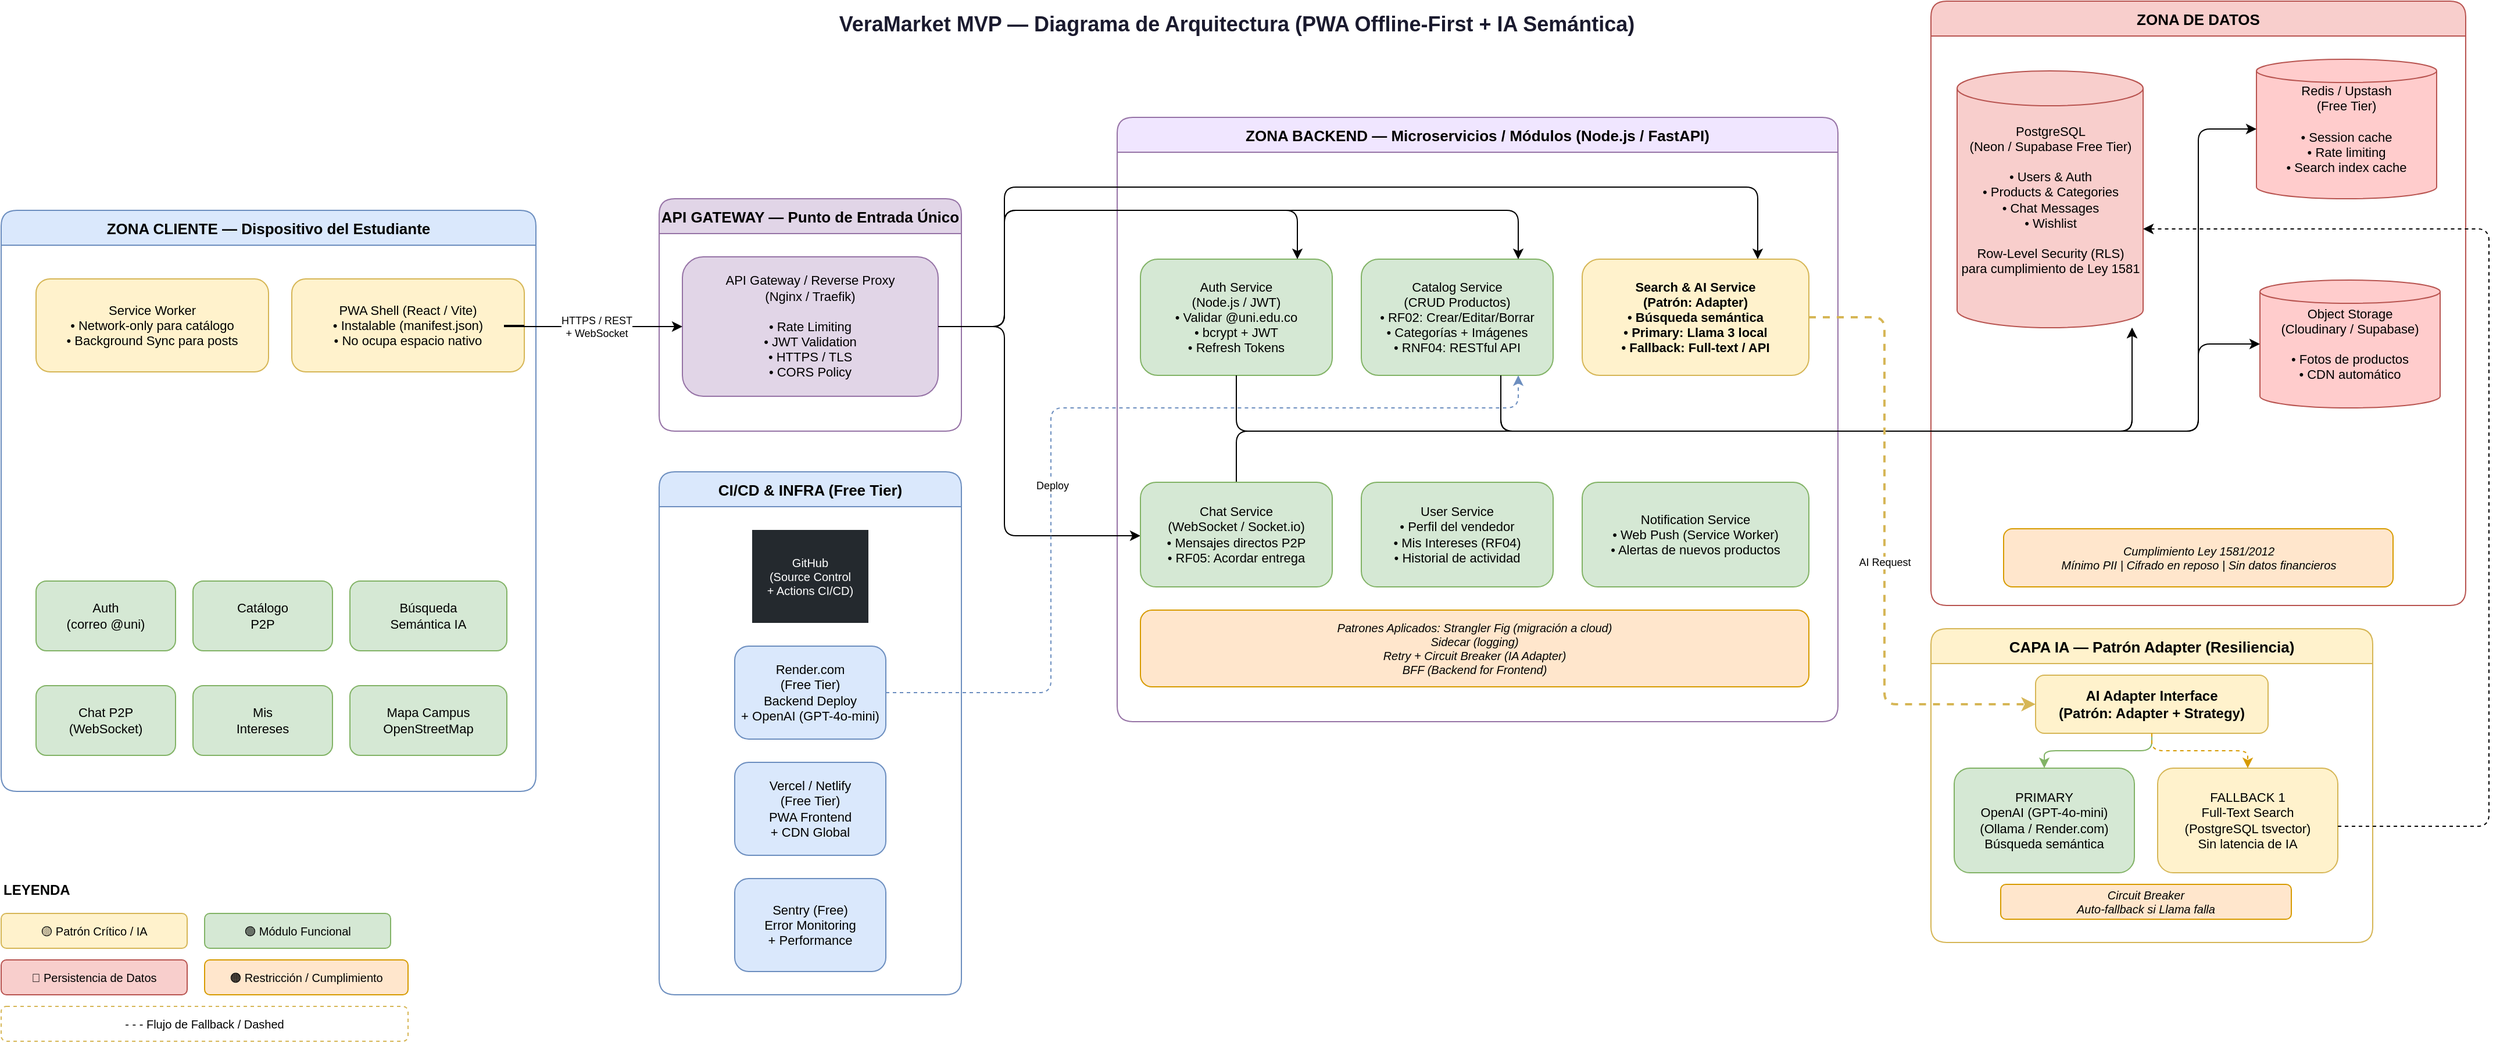
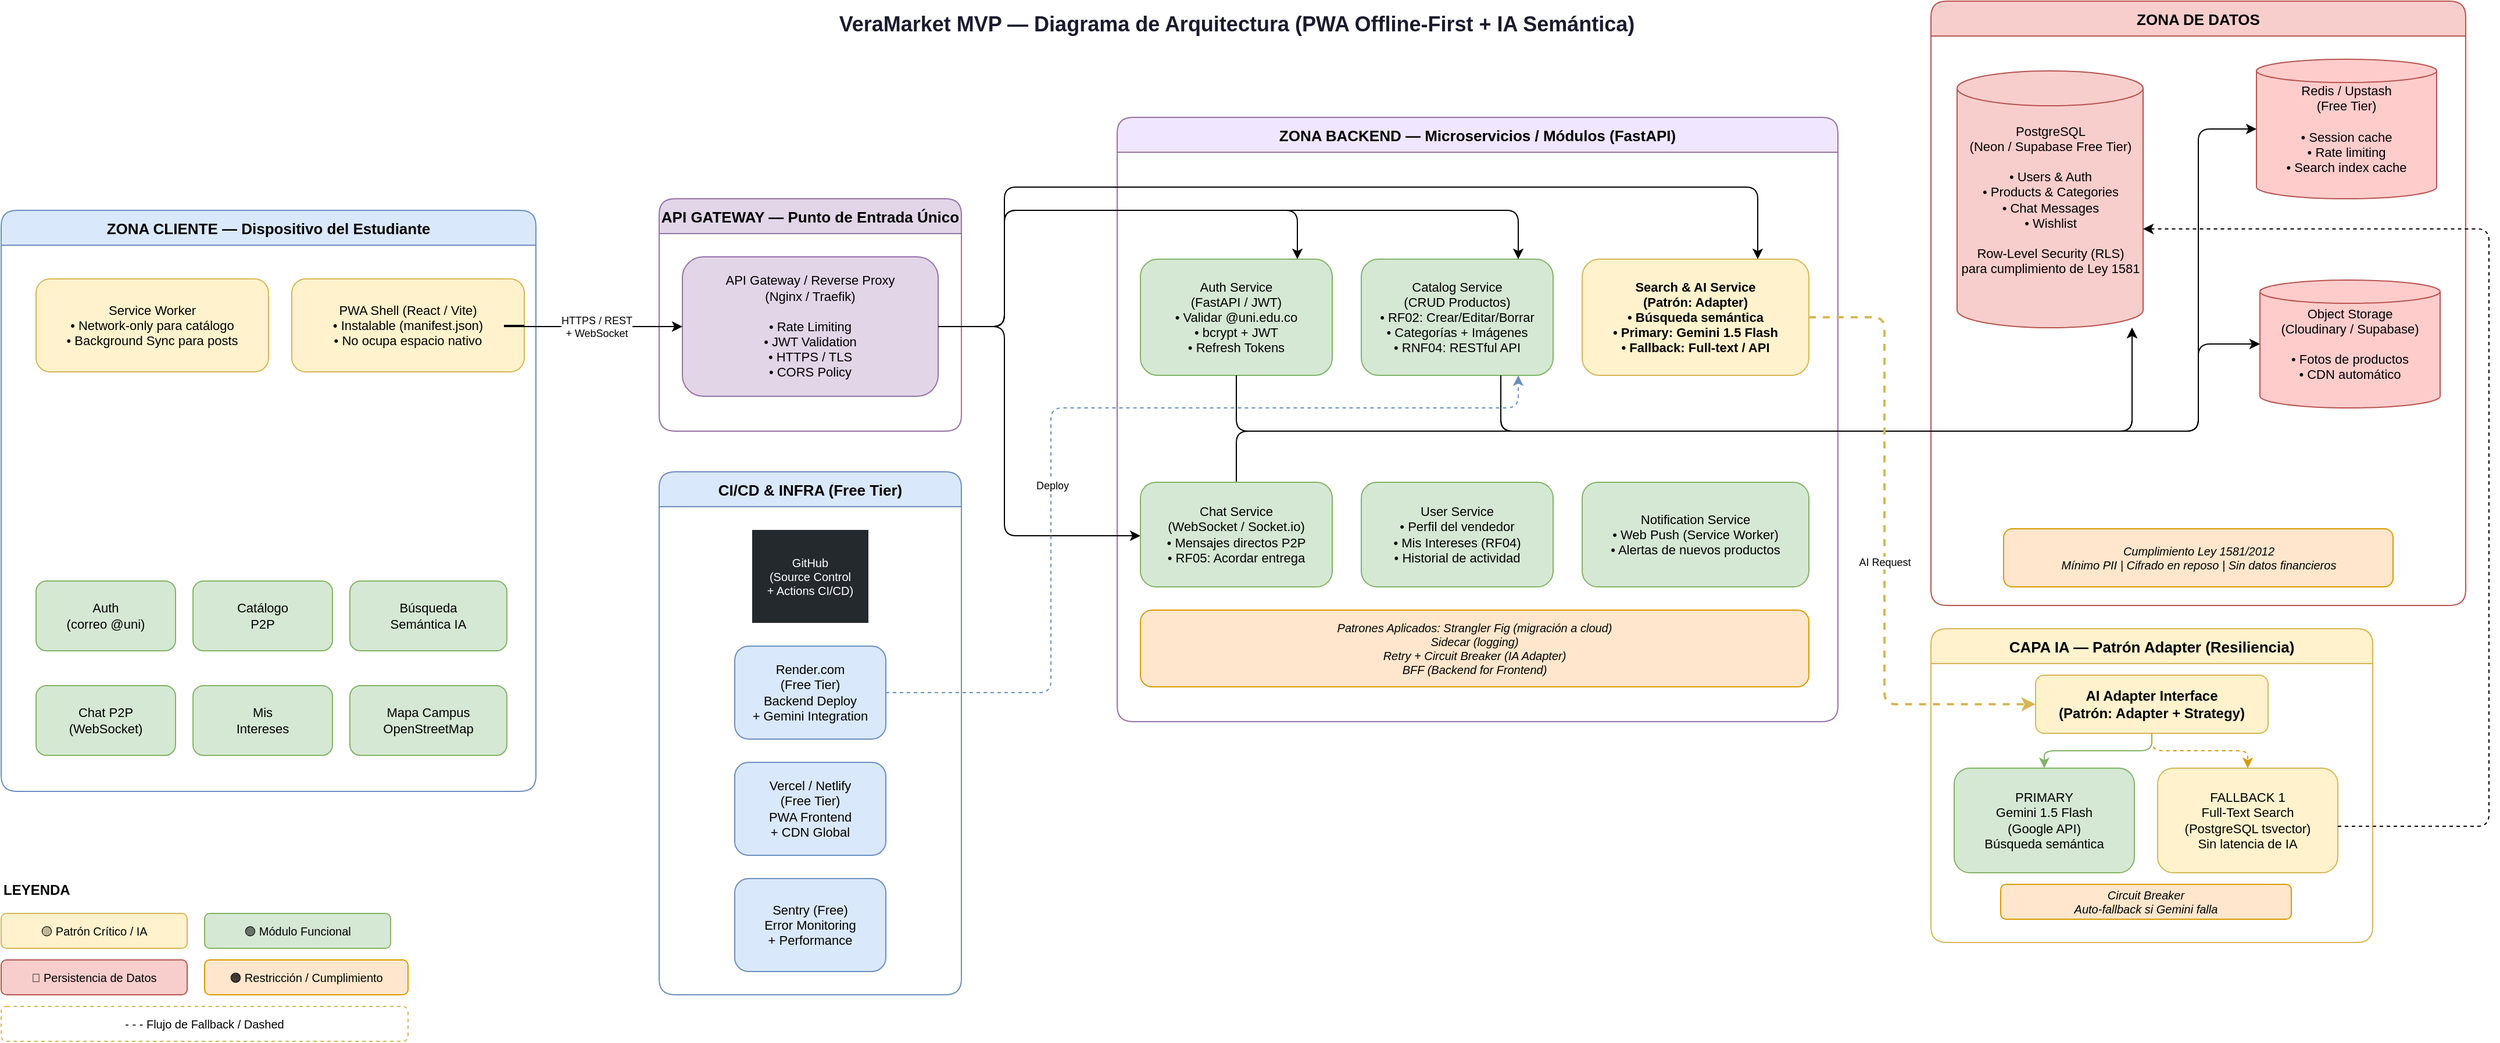
<mxfile host="Electron" agent="Mozilla/5.0 (Windows NT 10.0; Win64; x64) AppleWebKit/537.36 (KHTML, like Gecko) draw.io/29.0.3 Chrome/140.0.7339.249 Electron/38.7.0 Safari/537.36" version="29.0.3">
  <diagram name="VeraMarket - Arquitectura MVP" id="kl-T7WJliPtUFjl0oFtN">
    <mxGraphModel dx="658" dy="880" grid="1" gridSize="10" guides="1" tooltips="1" connect="1" arrows="1" fold="1" page="1" pageScale="1" pageWidth="2205" pageHeight="984" math="0" shadow="0">
      <root>
        <mxCell id="0" />
        <mxCell id="1" parent="0" />
        <mxCell id="HYf47puikAZ70yU_mli2-63" value="" style="group" parent="1" vertex="1" connectable="0">
          <mxGeometry x="40" y="40" width="2140" height="895" as="geometry" />
        </mxCell>
        <mxCell id="HYf47puikAZ70yU_mli2-2" value="ZONA CLIENTE — Dispositivo del Estudiante" style="swimlane;startSize=30;fillColor=#dae8fc;strokeColor=#6c8ebf;fontStyle=1;fontSize=13;rounded=1;" parent="HYf47puikAZ70yU_mli2-63" vertex="1">
          <mxGeometry y="180" width="460" height="500" as="geometry" />
        </mxCell>
        <mxCell id="HYf47puikAZ70yU_mli2-3" value="PWA Shell (React / Vite)&#xa;• Instalable (manifest.json)&#xa;• No ocupa espacio nativo" style="rounded=1;whiteSpace=wrap;html=1;fillColor=#fff2cc;strokeColor=#d6b656;fontSize=11;" parent="HYf47puikAZ70yU_mli2-2" vertex="1">
          <mxGeometry x="250" y="59" width="200" height="80" as="geometry" />
        </mxCell>
        <mxCell id="HYf47puikAZ70yU_mli2-4" value="Service Worker&lt;br&gt;• Network-only para catálogo&lt;br&gt;• Background Sync para posts" style="rounded=1;whiteSpace=wrap;html=1;fillColor=#fff2cc;strokeColor=#d6b656;fontSize=11;" parent="HYf47puikAZ70yU_mli2-2" vertex="1">
          <mxGeometry x="30" y="59" width="200" height="80" as="geometry" />
        </mxCell>
        <mxCell id="HYf47puikAZ70yU_mli2-6" value="Auth&lt;br&gt;(correo @uni)" style="rounded=1;whiteSpace=wrap;html=1;fillColor=#d5e8d4;strokeColor=#82b366;fontSize=11;" parent="HYf47puikAZ70yU_mli2-2" vertex="1">
          <mxGeometry x="30" y="319" width="120" height="60" as="geometry" />
        </mxCell>
        <mxCell id="HYf47puikAZ70yU_mli2-7" value="Catálogo&lt;br&gt;P2P" style="rounded=1;whiteSpace=wrap;html=1;fillColor=#d5e8d4;strokeColor=#82b366;fontSize=11;" parent="HYf47puikAZ70yU_mli2-2" vertex="1">
          <mxGeometry x="165" y="319" width="120" height="60" as="geometry" />
        </mxCell>
        <mxCell id="HYf47puikAZ70yU_mli2-8" value="Búsqueda&lt;br&gt;Semántica IA" style="rounded=1;whiteSpace=wrap;html=1;fillColor=#d5e8d4;strokeColor=#82b366;fontSize=11;" parent="HYf47puikAZ70yU_mli2-2" vertex="1">
          <mxGeometry x="300" y="319" width="135" height="60" as="geometry" />
        </mxCell>
        <mxCell id="HYf47puikAZ70yU_mli2-9" value="Chat P2P&lt;br&gt;(WebSocket)" style="rounded=1;whiteSpace=wrap;html=1;fillColor=#d5e8d4;strokeColor=#82b366;fontSize=11;" parent="HYf47puikAZ70yU_mli2-2" vertex="1">
          <mxGeometry x="30" y="409" width="120" height="60" as="geometry" />
        </mxCell>
        <mxCell id="HYf47puikAZ70yU_mli2-10" value="Mis&lt;br&gt;Intereses" style="rounded=1;whiteSpace=wrap;html=1;fillColor=#d5e8d4;strokeColor=#82b366;fontSize=11;" parent="HYf47puikAZ70yU_mli2-2" vertex="1">
          <mxGeometry x="165" y="409" width="120" height="60" as="geometry" />
        </mxCell>
        <mxCell id="HYf47puikAZ70yU_mli2-11" value="Mapa Campus&lt;br&gt;OpenStreetMap" style="rounded=1;whiteSpace=wrap;html=1;fillColor=#d5e8d4;strokeColor=#82b366;fontSize=11;" parent="HYf47puikAZ70yU_mli2-2" vertex="1">
          <mxGeometry x="300" y="409" width="135" height="60" as="geometry" />
        </mxCell>
        <mxCell id="HYf47puikAZ70yU_mli2-15" value="API GATEWAY — Punto de Entrada Único" style="swimlane;startSize=30;fillColor=#e1d5e7;strokeColor=#9673a6;fontStyle=1;fontSize=13;rounded=1;" parent="HYf47puikAZ70yU_mli2-63" vertex="1">
          <mxGeometry x="566" y="170" width="260" height="200" as="geometry" />
        </mxCell>
        <mxCell id="HYf47puikAZ70yU_mli2-16" value="API Gateway / Reverse Proxy&#xa;(Nginx / Traefik)&#xa;&#xa;• Rate Limiting&#xa;• JWT Validation&#xa;• HTTPS / TLS&#xa;• CORS Policy" style="rounded=1;whiteSpace=wrap;html=1;fillColor=#e1d5e7;strokeColor=#9673a6;fontSize=11;" parent="HYf47puikAZ70yU_mli2-15" vertex="1">
          <mxGeometry x="20" y="50" width="220" height="120" as="geometry" />
        </mxCell>
-         <mxCell id="HYf47puikAZ70yU_mli2-17" value="ZONA BACKEND — Microservicios / Módulos (Node.js / FastAPI)" style="swimlane;startSize=30;fillColor=#f0e6ff;strokeColor=#9673a6;fontStyle=1;fontSize=13;rounded=1;" parent="HYf47puikAZ70yU_mli2-63" vertex="1">
+         <mxCell id="HYf47puikAZ70yU_mli2-17" value="ZONA BACKEND — Microservicios / Módulos (FastAPI)" style="swimlane;startSize=30;fillColor=#f0e6ff;strokeColor=#9673a6;fontStyle=1;fontSize=13;rounded=1;" parent="HYf47puikAZ70yU_mli2-63" vertex="1">
          <mxGeometry x="960" y="100" width="620" height="520" as="geometry" />
        </mxCell>
-         <mxCell id="HYf47puikAZ70yU_mli2-18" value="Auth Service&lt;br&gt;(Node.js / JWT)&lt;br&gt;• Validar @uni.edu.co&lt;br&gt;• bcrypt + JWT&lt;br&gt;• Refresh Tokens" style="rounded=1;whiteSpace=wrap;html=1;fillColor=#d5e8d4;strokeColor=#82b366;fontSize=11;" parent="HYf47puikAZ70yU_mli2-17" vertex="1">
+         <mxCell id="HYf47puikAZ70yU_mli2-18" value="Auth Service&lt;br&gt;(FastAPI / JWT)&lt;br&gt;• Validar @uni.edu.co&lt;br&gt;• bcrypt + JWT&lt;br&gt;• Refresh Tokens" style="rounded=1;whiteSpace=wrap;html=1;fillColor=#d5e8d4;strokeColor=#82b366;fontSize=11;" parent="HYf47puikAZ70yU_mli2-17" vertex="1">
          <mxGeometry x="20" y="122" width="165" height="100" as="geometry" />
        </mxCell>
        <mxCell id="HYf47puikAZ70yU_mli2-19" value="Catalog Service&lt;br&gt;(CRUD Productos)&lt;br&gt;• RF02: Crear/Editar/Borrar&lt;br&gt;• Categorías + Imágenes&lt;br&gt;• RNF04: RESTful API" style="rounded=1;whiteSpace=wrap;html=1;fillColor=#d5e8d4;strokeColor=#82b366;fontSize=11;" parent="HYf47puikAZ70yU_mli2-17" vertex="1">
          <mxGeometry x="210" y="122" width="165" height="100" as="geometry" />
        </mxCell>
-         <mxCell id="HYf47puikAZ70yU_mli2-20" value="Search &amp;amp; AI Service&lt;br&gt;(Patrón: Adapter)&lt;br&gt;• Búsqueda semántica&lt;br&gt;• Primary: Llama 3 local&lt;br&gt;• Fallback: Full-text / API" style="rounded=1;whiteSpace=wrap;html=1;fillColor=#fff2cc;strokeColor=#d6b656;fontSize=11;fontStyle=1;" parent="HYf47puikAZ70yU_mli2-17" vertex="1">
+         <mxCell id="HYf47puikAZ70yU_mli2-20" value="Search &amp;amp; AI Service&lt;br&gt;(Patrón: Adapter)&lt;br&gt;• Búsqueda semántica&lt;br&gt;• Primary: Gemini 1.5 Flash&lt;br&gt;• Fallback: Full-text / API" style="rounded=1;whiteSpace=wrap;html=1;fillColor=#fff2cc;strokeColor=#d6b656;fontSize=11;fontStyle=1;" parent="HYf47puikAZ70yU_mli2-17" vertex="1">
          <mxGeometry x="400" y="122" width="195" height="100" as="geometry" />
        </mxCell>
        <mxCell id="HYf47puikAZ70yU_mli2-25" value="ZONA DE DATOS" style="swimlane;startSize=30;fillColor=#f8cecc;strokeColor=#b85450;fontStyle=1;fontSize=13;rounded=1;" parent="HYf47puikAZ70yU_mli2-63" vertex="1">
          <mxGeometry x="1660" width="460" height="520" as="geometry" />
        </mxCell>
        <mxCell id="HYf47puikAZ70yU_mli2-26" value="PostgreSQL&lt;br&gt;(Neon / Supabase Free Tier)&lt;br&gt;&lt;br&gt;• Users &amp;amp; Auth&lt;br&gt;• Products &amp;amp; Categories&lt;br&gt;• Chat Messages&lt;br&gt;• Wishlist&lt;br&gt;&lt;br&gt;Row-Level Security (RLS)&lt;br&gt;para cumplimiento de Ley 1581" style="shape=cylinder3;whiteSpace=wrap;html=1;fillColor=#f8cecc;strokeColor=#b85450;fontSize=11;size=15;" parent="HYf47puikAZ70yU_mli2-25" vertex="1">
          <mxGeometry x="22.5" y="60" width="160" height="221" as="geometry" />
        </mxCell>
        <mxCell id="HYf47puikAZ70yU_mli2-27" value="Redis / Upstash&lt;br&gt;(Free Tier)&lt;br&gt;&lt;br&gt;• Session cache&lt;br&gt;• Rate limiting&lt;br&gt;• Search index cache" style="shape=cylinder3;whiteSpace=wrap;html=1;fillColor=#ffcccc;strokeColor=#b85450;fontSize=11;size=10;" parent="HYf47puikAZ70yU_mli2-25" vertex="1">
          <mxGeometry x="280" y="50" width="155" height="120" as="geometry" />
        </mxCell>
        <mxCell id="HYf47puikAZ70yU_mli2-28" value="Object Storage&lt;br&gt;(Cloudinary / Supabase)&lt;br&gt;&lt;br&gt;• Fotos de productos&lt;br&gt;• CDN automático" style="shape=cylinder3;whiteSpace=wrap;html=1;fillColor=#ffcccc;strokeColor=#b85450;fontSize=11;size=10;" parent="HYf47puikAZ70yU_mli2-25" vertex="1">
          <mxGeometry x="283" y="240" width="155" height="110" as="geometry" />
        </mxCell>
        <mxCell id="HYf47puikAZ70yU_mli2-29" value="Cumplimiento Ley 1581/2012&lt;br&gt;Mínimo PII | Cifrado en reposo | Sin datos financieros" style="rounded=1;whiteSpace=wrap;html=1;fillColor=#ffe6cc;strokeColor=#d79b00;fontSize=10;fontStyle=2;" parent="HYf47puikAZ70yU_mli2-25" vertex="1">
          <mxGeometry x="62.5" y="454" width="335" height="50" as="geometry" />
        </mxCell>
        <mxCell id="HYf47puikAZ70yU_mli2-30" value="CAPA IA — Patrón Adapter (Resiliencia)" style="swimlane;startSize=30;fillColor=#fff2cc;strokeColor=#d6b656;fontStyle=1;fontSize=13;rounded=1;" parent="HYf47puikAZ70yU_mli2-63" vertex="1">
          <mxGeometry x="1660" y="540" width="380" height="270" as="geometry" />
        </mxCell>
        <mxCell id="HYf47puikAZ70yU_mli2-31" value="AI Adapter Interface&#xa;(Patrón: Adapter + Strategy)" style="rounded=1;whiteSpace=wrap;html=1;fillColor=#fff2cc;strokeColor=#d6b656;fontSize=12;fontStyle=1;" parent="HYf47puikAZ70yU_mli2-30" vertex="1">
          <mxGeometry x="90" y="40" width="200" height="50" as="geometry" />
        </mxCell>
-         <mxCell id="HYf47puikAZ70yU_mli2-32" value="PRIMARY&lt;br&gt;OpenAI (GPT-4o-mini)&lt;br&gt;(Ollama / Render.com)&lt;br&gt;Búsqueda semántica" style="rounded=1;whiteSpace=wrap;html=1;fillColor=#d5e8d4;strokeColor=#82b366;fontSize=11;" parent="HYf47puikAZ70yU_mli2-30" vertex="1">
+         <mxCell id="HYf47puikAZ70yU_mli2-32" value="PRIMARY&lt;br&gt;Gemini 1.5 Flash&lt;br&gt;(Google API)&lt;br&gt;Búsqueda semántica" style="rounded=1;whiteSpace=wrap;html=1;fillColor=#d5e8d4;strokeColor=#82b366;fontSize=11;" parent="HYf47puikAZ70yU_mli2-30" vertex="1">
          <mxGeometry x="20" y="120" width="155" height="90" as="geometry" />
        </mxCell>
        <mxCell id="HYf47puikAZ70yU_mli2-33" value="FALLBACK 1&lt;br&gt;Full-Text Search&lt;br&gt;(PostgreSQL tsvector)&lt;br&gt;Sin latencia de IA" style="rounded=1;whiteSpace=wrap;html=1;fillColor=#fff2cc;strokeColor=#d6b656;fontSize=11;" parent="HYf47puikAZ70yU_mli2-30" vertex="1">
          <mxGeometry x="195" y="120" width="155" height="90" as="geometry" />
        </mxCell>
-         <mxCell id="HYf47puikAZ70yU_mli2-34" value="Circuit Breaker&lt;br&gt;Auto-fallback si Llama falla" style="rounded=1;whiteSpace=wrap;html=1;fillColor=#ffe6cc;strokeColor=#d79b00;fontSize=10;fontStyle=2;" parent="HYf47puikAZ70yU_mli2-30" vertex="1">
+         <mxCell id="HYf47puikAZ70yU_mli2-34" value="Circuit Breaker&lt;br&gt;Auto-fallback si Gemini falla" style="rounded=1;whiteSpace=wrap;html=1;fillColor=#ffe6cc;strokeColor=#d79b00;fontSize=10;fontStyle=2;" parent="HYf47puikAZ70yU_mli2-30" vertex="1">
          <mxGeometry x="60" y="220" width="250" height="30" as="geometry" />
        </mxCell>
        <mxCell id="HYf47puikAZ70yU_mli2-35" value="CI/CD &amp; INFRA (Free Tier)" style="swimlane;startSize=30;fillColor=#dae8fc;strokeColor=#6c8ebf;fontStyle=1;fontSize=13;rounded=1;" parent="HYf47puikAZ70yU_mli2-63" vertex="1">
          <mxGeometry x="566" y="405" width="260" height="450" as="geometry" />
        </mxCell>
        <mxCell id="HYf47puikAZ70yU_mli2-36" value="GitHub&#xa;(Source Control&#xa;+ Actions CI/CD)" style="shape=mxgraph.logos.github;fillColor=#24292e;strokeColor=none;fontSize=10;fontColor=#ffffff;whiteSpace=wrap;html=1;" parent="HYf47puikAZ70yU_mli2-35" vertex="1">
          <mxGeometry x="80" y="50" width="100" height="80" as="geometry" />
        </mxCell>
-         <mxCell id="HYf47puikAZ70yU_mli2-37" value="Render.com&lt;br&gt;(Free Tier)&lt;br&gt;Backend Deploy&lt;br&gt;+ OpenAI (GPT-4o-mini)" style="rounded=1;whiteSpace=wrap;html=1;fillColor=#dae8fc;strokeColor=#6c8ebf;fontSize=11;" parent="HYf47puikAZ70yU_mli2-35" vertex="1">
+         <mxCell id="HYf47puikAZ70yU_mli2-37" value="Render.com&lt;br&gt;(Free Tier)&lt;br&gt;Backend Deploy&lt;br&gt;+ Gemini Integration" style="rounded=1;whiteSpace=wrap;html=1;fillColor=#dae8fc;strokeColor=#6c8ebf;fontSize=11;" parent="HYf47puikAZ70yU_mli2-35" vertex="1">
          <mxGeometry x="65" y="150" width="130" height="80" as="geometry" />
        </mxCell>
        <mxCell id="HYf47puikAZ70yU_mli2-38" value="Vercel / Netlify&lt;br&gt;(Free Tier)&lt;br&gt;PWA Frontend&lt;br&gt;+ CDN Global" style="rounded=1;whiteSpace=wrap;html=1;fillColor=#dae8fc;strokeColor=#6c8ebf;fontSize=11;" parent="HYf47puikAZ70yU_mli2-35" vertex="1">
          <mxGeometry x="65" y="250" width="130" height="80" as="geometry" />
        </mxCell>
        <mxCell id="HYf47puikAZ70yU_mli2-39" value="Sentry (Free)&lt;br&gt;Error Monitoring&lt;br&gt;+ Performance" style="rounded=1;whiteSpace=wrap;html=1;fillColor=#dae8fc;strokeColor=#6c8ebf;fontSize=11;" parent="HYf47puikAZ70yU_mli2-35" vertex="1">
          <mxGeometry x="65" y="350" width="130" height="80" as="geometry" />
        </mxCell>
        <mxCell id="HYf47puikAZ70yU_mli2-40" style="edgeStyle=orthogonalEdgeStyle;rounded=0;orthogonalLoop=1;jettySize=auto;exitX=1;exitY=0.5;exitDx=0;exitDy=0;entryX=0;entryY=0.5;entryDx=0;entryDy=0;" parent="HYf47puikAZ70yU_mli2-63" source="HYf47puikAZ70yU_mli2-3" target="HYf47puikAZ70yU_mli2-16" edge="1">
          <mxGeometry relative="1" as="geometry">
            <Array as="points">
              <mxPoint x="433" y="280" />
            </Array>
          </mxGeometry>
        </mxCell>
        <mxCell id="HYf47puikAZ70yU_mli2-41" value="HTTPS / REST&#xa;+ WebSocket" style="edgeLabel;html=1;align=center;verticalAlign=middle;resizable=0;points=[];fontSize=9;" parent="HYf47puikAZ70yU_mli2-40" vertex="1" connectable="0">
          <mxGeometry x="-0.1" relative="1" as="geometry">
            <mxPoint x="20" as="offset" />
          </mxGeometry>
        </mxCell>
        <mxCell id="HYf47puikAZ70yU_mli2-42" style="edgeStyle=orthogonalEdgeStyle;" parent="HYf47puikAZ70yU_mli2-63" source="HYf47puikAZ70yU_mli2-16" target="HYf47puikAZ70yU_mli2-18" edge="1">
          <mxGeometry relative="1" as="geometry">
            <Array as="points">
              <mxPoint x="863" y="280" />
              <mxPoint x="863" y="180" />
              <mxPoint x="1115" y="180" />
            </Array>
          </mxGeometry>
        </mxCell>
        <mxCell id="HYf47puikAZ70yU_mli2-43" style="edgeStyle=orthogonalEdgeStyle;" parent="HYf47puikAZ70yU_mli2-63" source="HYf47puikAZ70yU_mli2-16" target="HYf47puikAZ70yU_mli2-19" edge="1">
          <mxGeometry relative="1" as="geometry">
            <Array as="points">
              <mxPoint x="863" y="280" />
              <mxPoint x="863" y="180" />
              <mxPoint x="1305" y="180" />
            </Array>
          </mxGeometry>
        </mxCell>
        <mxCell id="HYf47puikAZ70yU_mli2-44" style="edgeStyle=orthogonalEdgeStyle;" parent="HYf47puikAZ70yU_mli2-63" source="HYf47puikAZ70yU_mli2-16" target="HYf47puikAZ70yU_mli2-20" edge="1">
          <mxGeometry relative="1" as="geometry">
            <Array as="points">
              <mxPoint x="863" y="280" />
              <mxPoint x="863" y="160" />
              <mxPoint x="1511" y="160" />
            </Array>
          </mxGeometry>
        </mxCell>
        <mxCell id="HYf47puikAZ70yU_mli2-45" style="edgeStyle=orthogonalEdgeStyle;" parent="HYf47puikAZ70yU_mli2-63" source="HYf47puikAZ70yU_mli2-16" target="HYf47puikAZ70yU_mli2-21" edge="1">
          <mxGeometry relative="1" as="geometry">
            <Array as="points">
              <mxPoint x="863" y="280" />
              <mxPoint x="863" y="460" />
            </Array>
          </mxGeometry>
        </mxCell>
        <mxCell id="HYf47puikAZ70yU_mli2-46" style="edgeStyle=orthogonalEdgeStyle;" parent="HYf47puikAZ70yU_mli2-63" source="HYf47puikAZ70yU_mli2-18" target="HYf47puikAZ70yU_mli2-26" edge="1">
          <mxGeometry relative="1" as="geometry">
            <Array as="points">
              <mxPoint x="1062" y="370" />
              <mxPoint x="1833" y="370" />
            </Array>
          </mxGeometry>
        </mxCell>
        <mxCell id="HYf47puikAZ70yU_mli2-47" style="edgeStyle=orthogonalEdgeStyle;" parent="HYf47puikAZ70yU_mli2-63" source="HYf47puikAZ70yU_mli2-19" target="HYf47puikAZ70yU_mli2-26" edge="1">
          <mxGeometry relative="1" as="geometry">
            <Array as="points">
              <mxPoint x="1290" y="370" />
              <mxPoint x="1833" y="370" />
            </Array>
          </mxGeometry>
        </mxCell>
        <mxCell id="HYf47puikAZ70yU_mli2-48" style="edgeStyle=orthogonalEdgeStyle;" parent="HYf47puikAZ70yU_mli2-63" source="HYf47puikAZ70yU_mli2-21" target="HYf47puikAZ70yU_mli2-27" edge="1">
          <mxGeometry relative="1" as="geometry">
            <Array as="points">
              <mxPoint x="1063" y="370" />
              <mxPoint x="1890" y="370" />
              <mxPoint x="1890" y="110" />
            </Array>
          </mxGeometry>
        </mxCell>
        <mxCell id="HYf47puikAZ70yU_mli2-49" style="edgeStyle=orthogonalEdgeStyle;" parent="HYf47puikAZ70yU_mli2-63" source="HYf47puikAZ70yU_mli2-19" target="HYf47puikAZ70yU_mli2-28" edge="1">
          <mxGeometry relative="1" as="geometry">
            <Array as="points">
              <mxPoint x="1290" y="370" />
              <mxPoint x="1890" y="370" />
              <mxPoint x="1890" y="295" />
            </Array>
          </mxGeometry>
        </mxCell>
        <mxCell id="HYf47puikAZ70yU_mli2-50" style="edgeStyle=orthogonalEdgeStyle;dashed=1;strokeColor=#d6b656;strokeWidth=2;" parent="HYf47puikAZ70yU_mli2-63" source="HYf47puikAZ70yU_mli2-20" target="HYf47puikAZ70yU_mli2-31" edge="1">
          <mxGeometry relative="1" as="geometry">
            <Array as="points">
              <mxPoint x="1620" y="272" />
              <mxPoint x="1620" y="605" />
            </Array>
          </mxGeometry>
        </mxCell>
        <mxCell id="HYf47puikAZ70yU_mli2-51" value="AI Request" style="edgeLabel;html=1;align=center;fontSize=9;" parent="HYf47puikAZ70yU_mli2-50" vertex="1" connectable="0">
          <mxGeometry relative="1" as="geometry" />
        </mxCell>
        <mxCell id="HYf47puikAZ70yU_mli2-52" style="edgeStyle=orthogonalEdgeStyle;strokeColor=#82b366;" parent="HYf47puikAZ70yU_mli2-63" source="HYf47puikAZ70yU_mli2-31" target="HYf47puikAZ70yU_mli2-32" edge="1">
          <mxGeometry relative="1" as="geometry" />
        </mxCell>
        <mxCell id="HYf47puikAZ70yU_mli2-53" style="edgeStyle=orthogonalEdgeStyle;dashed=1;strokeColor=#d79b00;" parent="HYf47puikAZ70yU_mli2-63" source="HYf47puikAZ70yU_mli2-31" target="HYf47puikAZ70yU_mli2-33" edge="1">
          <mxGeometry relative="1" as="geometry" />
        </mxCell>
        <mxCell id="HYf47puikAZ70yU_mli2-54" style="edgeStyle=orthogonalEdgeStyle;dashed=1;" parent="HYf47puikAZ70yU_mli2-63" source="HYf47puikAZ70yU_mli2-33" target="HYf47puikAZ70yU_mli2-26" edge="1">
          <mxGeometry relative="1" as="geometry">
            <Array as="points">
              <mxPoint x="2140" y="710" />
              <mxPoint x="2140" y="196" />
            </Array>
          </mxGeometry>
        </mxCell>
        <mxCell id="HYf47puikAZ70yU_mli2-55" style="edgeStyle=orthogonalEdgeStyle;dashed=1;strokeColor=#6c8ebf;" parent="HYf47puikAZ70yU_mli2-63" source="HYf47puikAZ70yU_mli2-37" target="HYf47puikAZ70yU_mli2-19" edge="1">
          <mxGeometry relative="1" as="geometry">
            <Array as="points">
              <mxPoint x="903" y="595" />
              <mxPoint x="903" y="350" />
              <mxPoint x="1305" y="350" />
            </Array>
          </mxGeometry>
        </mxCell>
        <mxCell id="HYf47puikAZ70yU_mli2-56" value="Deploy" style="edgeLabel;html=1;align=center;fontSize=9;" parent="HYf47puikAZ70yU_mli2-55" vertex="1" connectable="0">
          <mxGeometry relative="1" as="geometry">
            <mxPoint x="-21" y="55" as="offset" />
          </mxGeometry>
        </mxCell>
        <mxCell id="HYf47puikAZ70yU_mli2-57" value="LEYENDA" style="text;html=1;strokeColor=none;fillColor=none;align=left;verticalAlign=middle;whiteSpace=wrap;fontSize=12;fontStyle=1;" parent="HYf47puikAZ70yU_mli2-63" vertex="1">
          <mxGeometry y="750" width="100" height="30" as="geometry" />
        </mxCell>
        <mxCell id="HYf47puikAZ70yU_mli2-58" value="🟡  Patrón Crítico / IA" style="rounded=1;whiteSpace=wrap;html=1;fillColor=#fff2cc;strokeColor=#d6b656;fontSize=10;" parent="HYf47puikAZ70yU_mli2-63" vertex="1">
          <mxGeometry y="785" width="160" height="30" as="geometry" />
        </mxCell>
        <mxCell id="HYf47puikAZ70yU_mli2-59" value="🟢  Módulo Funcional" style="rounded=1;whiteSpace=wrap;html=1;fillColor=#d5e8d4;strokeColor=#82b366;fontSize=10;" parent="HYf47puikAZ70yU_mli2-63" vertex="1">
          <mxGeometry x="175" y="785" width="160" height="30" as="geometry" />
        </mxCell>
        <mxCell id="HYf47puikAZ70yU_mli2-60" value="🔴  Persistencia de Datos" style="rounded=1;whiteSpace=wrap;html=1;fillColor=#f8cecc;strokeColor=#b85450;fontSize=10;" parent="HYf47puikAZ70yU_mli2-63" vertex="1">
          <mxGeometry y="825" width="160" height="30" as="geometry" />
        </mxCell>
        <mxCell id="HYf47puikAZ70yU_mli2-61" value="🟠  Restricción / Cumplimiento" style="rounded=1;whiteSpace=wrap;html=1;fillColor=#ffe6cc;strokeColor=#d79b00;fontSize=10;" parent="HYf47puikAZ70yU_mli2-63" vertex="1">
          <mxGeometry x="175" y="825" width="175" height="30" as="geometry" />
        </mxCell>
        <mxCell id="HYf47puikAZ70yU_mli2-62" value="- - -  Flujo de Fallback / Dashed" style="rounded=1;whiteSpace=wrap;html=1;fillColor=#ffffff;strokeColor=#d6b656;dashed=1;fontSize=10;" parent="HYf47puikAZ70yU_mli2-63" vertex="1">
          <mxGeometry y="865" width="350" height="30" as="geometry" />
        </mxCell>
        <mxCell id="HYf47puikAZ70yU_mli2-21" value="Chat Service&lt;br&gt;(WebSocket / Socket.io)&lt;br&gt;• Mensajes directos P2P&lt;br&gt;• RF05: Acordar entrega" style="rounded=1;whiteSpace=wrap;html=1;fillColor=#d5e8d4;strokeColor=#82b366;fontSize=11;" parent="HYf47puikAZ70yU_mli2-63" vertex="1">
          <mxGeometry x="980" y="414" width="165" height="90" as="geometry" />
        </mxCell>
        <mxCell id="HYf47puikAZ70yU_mli2-22" value="User Service&lt;br&gt;• Perfil del vendedor&lt;br&gt;• Mis Intereses (RF04)&lt;br&gt;• Historial de actividad" style="rounded=1;whiteSpace=wrap;html=1;fillColor=#d5e8d4;strokeColor=#82b366;fontSize=11;" parent="HYf47puikAZ70yU_mli2-63" vertex="1">
          <mxGeometry x="1170" y="414" width="165" height="90" as="geometry" />
        </mxCell>
        <mxCell id="HYf47puikAZ70yU_mli2-23" value="Notification Service&lt;br&gt;• Web Push (Service Worker)&lt;br&gt;• Alertas de nuevos productos" style="rounded=1;whiteSpace=wrap;html=1;fillColor=#d5e8d4;strokeColor=#82b366;fontSize=11;" parent="HYf47puikAZ70yU_mli2-63" vertex="1">
          <mxGeometry x="1360" y="414" width="195" height="90" as="geometry" />
        </mxCell>
        <mxCell id="HYf47puikAZ70yU_mli2-24" value="Patrones Aplicados: Strangler Fig (migración a cloud)&lt;br&gt;Sidecar (logging)&lt;br&gt;Retry + Circuit Breaker (IA Adapter)&lt;br&gt;BFF (Backend for Frontend)" style="rounded=1;whiteSpace=wrap;html=1;fillColor=#ffe6cc;strokeColor=#d79b00;fontSize=10;fontStyle=2;" parent="HYf47puikAZ70yU_mli2-63" vertex="1">
          <mxGeometry x="980" y="524" width="575" height="66" as="geometry" />
        </mxCell>
        <mxCell id="HYf47puikAZ70yU_mli2-1" value="VeraMarket MVP — Diagrama de Arquitectura (PWA Offline-First + IA Semántica)" style="text;html=1;strokeColor=none;fillColor=none;align=center;verticalAlign=middle;whiteSpace=wrap;rounded=0;fontSize=18;fontStyle=1;fontColor=#1a1a2e;" parent="HYf47puikAZ70yU_mli2-63" vertex="1">
          <mxGeometry x="697.5" width="730" height="40" as="geometry" />
        </mxCell>
      </root>
    </mxGraphModel>
  </diagram>
</mxfile>
